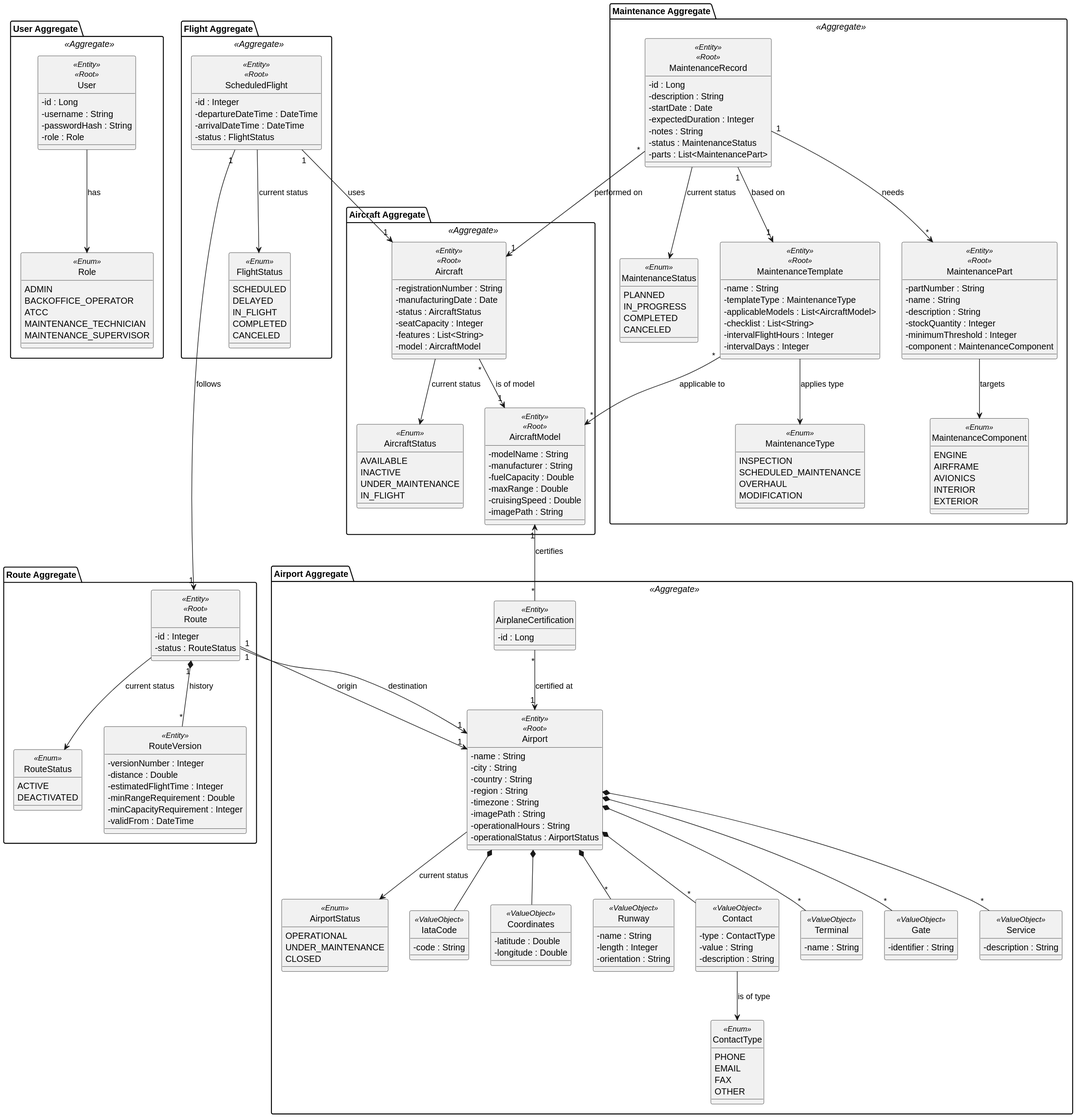
The PlantUML diagram docs/system-documentation/global-artifacts/svg/DM.svg in VascoMagolo/psoft_1231562_1241692_1242036_2db, before a commit.
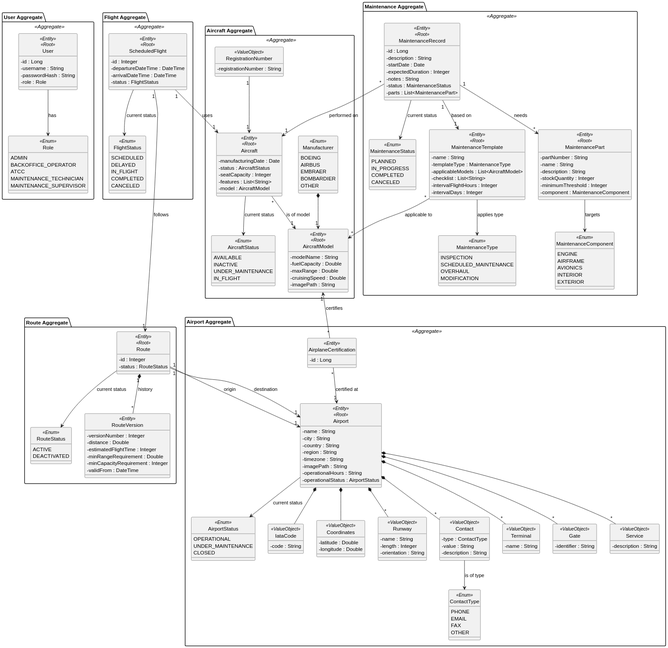
The same diagram one commit later.

Change to the diagram source:
```diff
@@ -31,9 +31,14 @@
     UNDER_MAINTENANCE
     IN_FLIGHT
   }
-
+  enum Manufacturer <<Enum>> {
+    BOEING
+    AIRBUS
+    EMBRAER
+    BOMBARDIER
+    OTHER
+  }
   class Aircraft <<Entity>> <<Root>> {
-    - registrationNumber : String
     - manufacturingDate : Date
     - status : AircraftStatus
     - seatCapacity : Integer
@@ -43,14 +48,17 @@
 
   class AircraftModel <<Entity>> <<Root>> {
     - modelName : String
-    - manufacturer : String
     - fuelCapacity : Double
     - maxRange : Double
     - cruisingSpeed : Double
     - imagePath : String
   }
-
+  class RegistrationNumber <<ValueObject>> {
+    - registrationNumber : String
+  }
   Aircraft --> AircraftStatus : current status
+  RegistrationNumber "1"-->"1" Aircraft
+  Manufacturer *-->"1" AircraftModel
 }
 
 package "Airport Aggregate" <<Aggregate>> {
```
